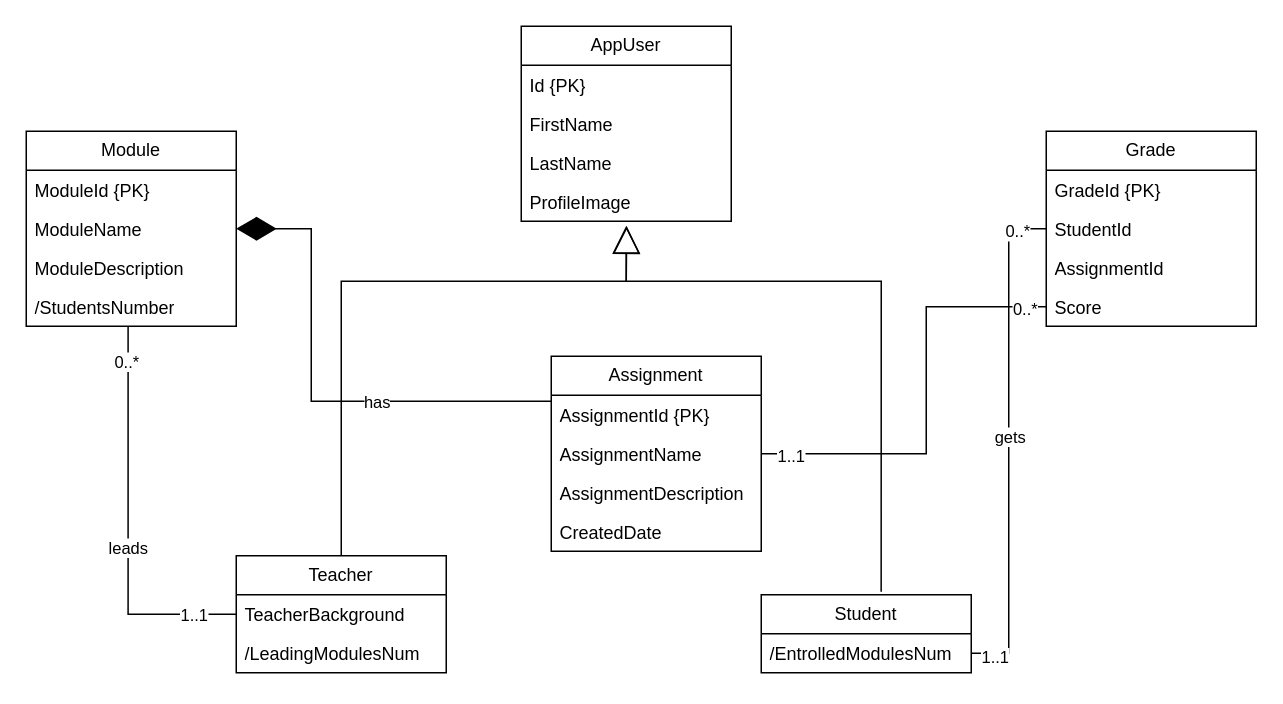
Before: WAD.ERModel.12938.drawio in wiut00012938/WAD.CW.12938, a draw.io diagram. Source tidied: cells renumbered, new cells numbered last; positions are measured from the earlier drawing's top-left corner, leaving out a move shared by most shapes. Both pictures are drawn from the tidied source at 150%, with x=0, y=0 at pixel (26, 26).
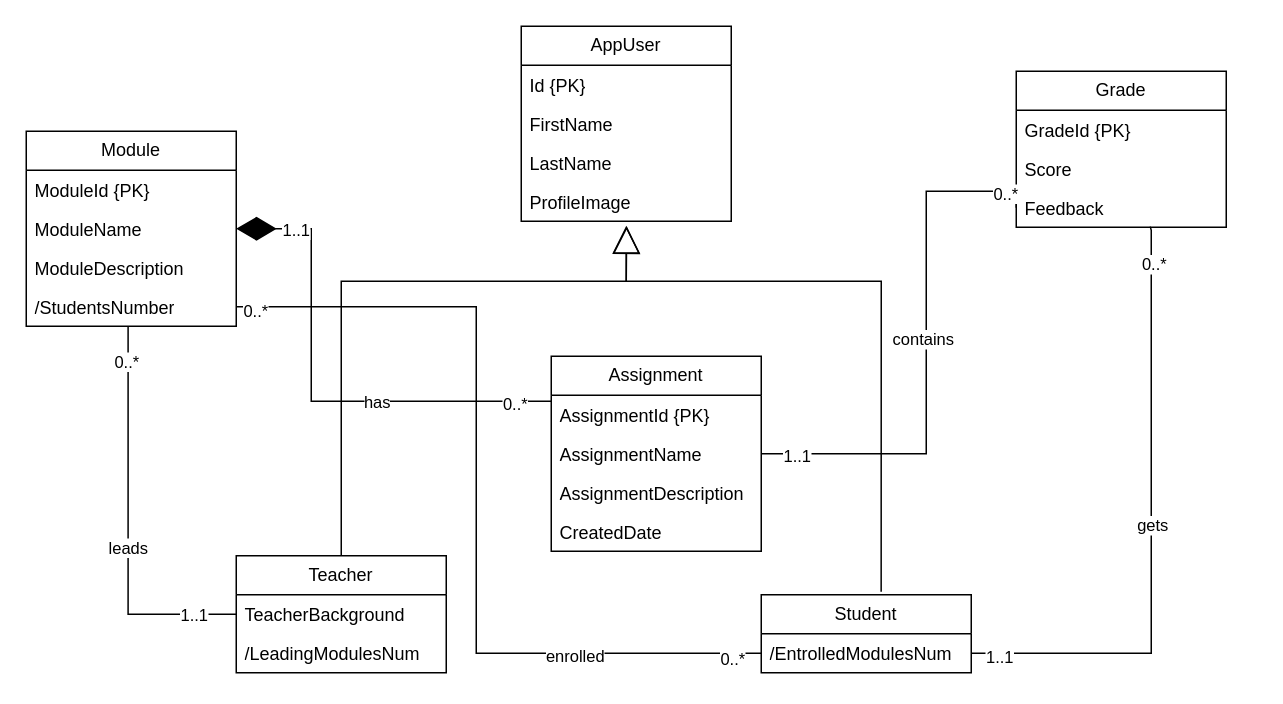
After the change.

Unchanged cells that the change refers to:
```xml
<mxCell id="11" value="/EntrolledModulesNum" style="text;strokeColor=none;fillColor=none;align=left;verticalAlign=top;spacingLeft=4;spacingRight=4;overflow=hidden;points=[[0,0.5],[1,0.5]];portConstraint=eastwest;whiteSpace=wrap;html=1;" parent="10" vertex="1">
  <mxGeometry y="26" width="140" height="26" as="geometry" />
</mxCell>
<mxCell id="16" value="/StudentsNumber" style="text;strokeColor=none;fillColor=none;align=left;verticalAlign=top;spacingLeft=4;spacingRight=4;overflow=hidden;points=[[0,0.5],[1,0.5]];portConstraint=eastwest;whiteSpace=wrap;html=1;" parent="12" vertex="1">
  <mxGeometry y="104" width="140" height="26" as="geometry" />
</mxCell>
<mxCell id="19" value="AssignmentName" style="text;strokeColor=none;fillColor=none;align=left;verticalAlign=top;spacingLeft=4;spacingRight=4;overflow=hidden;points=[[0,0.5],[1,0.5]];portConstraint=eastwest;whiteSpace=wrap;html=1;" parent="17" vertex="1">
  <mxGeometry y="52" width="140" height="26" as="geometry" />
</mxCell>
<mxCell id="33" style="endArrow=diamondThin;endFill=1;endSize=24;html=1;rounded=0;exitX=0;exitY=0.154;exitDx=0;exitDy=0;exitPerimeter=0;entryX=1;entryY=0.5;entryDx=0;entryDy=0;" parent="1" edge="1" source="18" target="14">
  <mxGeometry relative="1" as="geometry">
    <Array as="points">
      <mxPoint x="190" y="250" />
      <mxPoint x="190" y="135" />
    </Array>
  </mxGeometry>
</mxCell>
```

Diff of the diagram source:
```diff
@@
     <mxCell id="22" value="Grade" style="swimlane;fontStyle=0;horizontal=1;startSize=26;fillColor=none;whiteSpace=wrap;html=1;" parent="1" vertex="1">
-      <mxGeometry x="680" y="70" width="140" height="130" as="geometry" />
+      <mxGeometry x="660" y="30" width="140" height="104" as="geometry" />
     </mxCell>
@@
-    <mxCell id="24" value="StudentId" style="text;strokeColor=none;fillColor=none;align=left;verticalAlign=top;spacingLeft=4;spacingRight=4;overflow=hidden;points=[[0,0.5],[1,0.5]];portConstraint=eastwest;whiteSpace=wrap;html=1;" parent="22" vertex="1">
-      <mxGeometry y="52" width="140" height="26" as="geometry" />
-    </mxCell>
-    <mxCell id="25" value="AssignmentId" style="text;strokeColor=none;fillColor=none;align=left;verticalAlign=top;spacingLeft=4;spacingRight=4;overflow=hidden;whiteSpace=wrap;html=1;" parent="22" vertex="1">
-      <mxGeometry y="78" width="140" height="26" as="geometry" />
-    </mxCell>
+    <mxCell id="42" value="Score" style="text;strokeColor=none;fillColor=none;align=left;verticalAlign=top;spacingLeft=4;spacingRight=4;overflow=hidden;whiteSpace=wrap;html=1;" parent="22" vertex="1">
+      <mxGeometry y="52" width="140" height="26" as="geometry" />
+    </mxCell>
-    <mxCell id="26" value="Score" style="text;strokeColor=none;fillColor=none;align=left;verticalAlign=top;spacingLeft=4;spacingRight=4;overflow=hidden;points=[[0,0.5],[1,0.5]];portConstraint=eastwest;whiteSpace=wrap;html=1;" parent="22" vertex="1">
-      <mxGeometry y="104" width="140" height="26" as="geometry" />
+    <mxCell id="26" value="Feedback" style="text;strokeColor=none;fillColor=none;align=left;verticalAlign=top;spacingLeft=4;spacingRight=4;overflow=hidden;points=[[0,0.5],[1,0.5]];portConstraint=eastwest;whiteSpace=wrap;html=1;" parent="22" vertex="1">
+      <mxGeometry y="78" width="140" height="26" as="geometry" />
     </mxCell>
@@
+    <mxCell id="43" value="0..*" style="edgeLabel;html=1;align=center;verticalAlign=middle;" parent="33" vertex="1">
+      <mxGeometry x="-0.85" y="1" relative="1" as="geometry" />
+    </mxCell>
+    <mxCell id="44" value="1..1" style="edgeLabel;html=1;align=center;verticalAlign=middle;" parent="33" vertex="1">
+      <mxGeometry x="0.76" relative="1" as="geometry" />
+    </mxCell>
-    <mxCell id="35" style="edgeStyle=orthogonalEdgeStyle;rounded=0;jettySize=auto;html=1;entryX=0;entryY=0.5;entryDx=0;entryDy=0;endArrow=none;endFill=0;" parent="1" edge="1" source="11" target="24">
-      <mxGeometry relative="1" as="geometry" />
+    <mxCell id="35" style="edgeStyle=orthogonalEdgeStyle;rounded=0;jettySize=auto;html=1;endArrow=none;endFill=0;entryX=0.638;entryY=0.985;entryDx=0;entryDy=0;entryPerimeter=0;" parent="1" edge="1" source="11" target="26">
+      <mxGeometry relative="1" as="geometry">
+        <Array as="points">
+          <mxPoint x="750" y="418" />
+          <mxPoint x="750" y="136" />
+          <mxPoint x="749" y="136" />
+        </Array>
+      </mxGeometry>
     </mxCell>
@@
     <mxCell id="39" style="edgeStyle=orthogonalEdgeStyle;rounded=0;jettySize=auto;html=1;entryX=0;entryY=0.5;entryDx=0;entryDy=0;endArrow=none;endFill=0;" parent="1" edge="1" source="19" target="26">
       <mxGeometry relative="1" as="geometry">
         <Array as="points">
           <mxPoint x="600" y="285" />
-          <mxPoint x="600" y="187" />
+          <mxPoint x="600" y="110" />
+          <mxPoint x="660" y="110" />
         </Array>
       </mxGeometry>
     </mxCell>
@@
+    <mxCell id="45" value="contains" style="edgeLabel;html=1;align=center;verticalAlign=middle;" parent="39" vertex="1">
+      <mxGeometry x="0.05" y="3" relative="1" as="geometry" />
+    </mxCell>
+    <mxCell id="46" style="edgeStyle=orthogonalEdgeStyle;rounded=0;jettySize=auto;html=1;entryX=1;entryY=0.5;entryDx=0;entryDy=0;endArrow=none;endFill=0;" parent="1" edge="1" source="11" target="16">
+      <mxGeometry relative="1" as="geometry">
+        <Array as="points">
+          <mxPoint x="300" y="418" />
+          <mxPoint x="300" y="187" />
+        </Array>
+      </mxGeometry>
+    </mxCell>
+    <mxCell id="47" value="enrolled" style="edgeLabel;html=1;align=center;verticalAlign=middle;" parent="46" vertex="1">
+      <mxGeometry x="-0.57" y="1" relative="1" as="geometry" />
+    </mxCell>
+    <mxCell id="48" value="0..*" style="edgeLabel;html=1;align=center;verticalAlign=middle;" parent="46" vertex="1">
+      <mxGeometry x="-0.93" y="3" relative="1" as="geometry" />
+    </mxCell>
+    <mxCell id="49" value="0..*" style="edgeLabel;html=1;align=center;verticalAlign=middle;" parent="46" vertex="1">
+      <mxGeometry x="0.96" y="2" relative="1" as="geometry" />
+    </mxCell>
```
